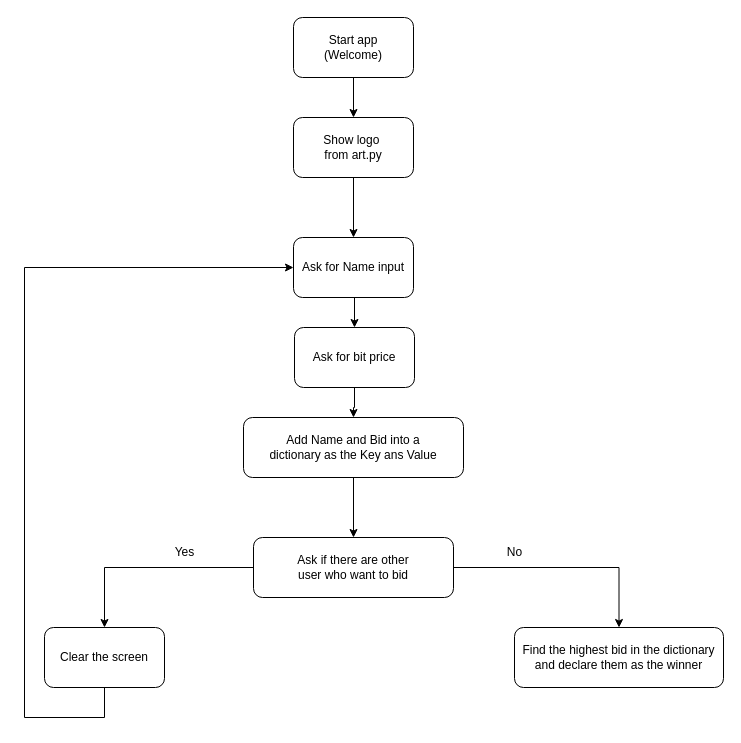
This is Secret_option_program.drawio from emiliomorles/diagrams.net, a draw.io file, before an edit. Source tidied: cells renumbered, new cells numbered last; positions are measured from the earlier drawing's top-left corner, leaving out a move shared by most shapes. Both pictures are drawn from the tidied source at 100%, with x=0, y=0 at pixel (24, 17).
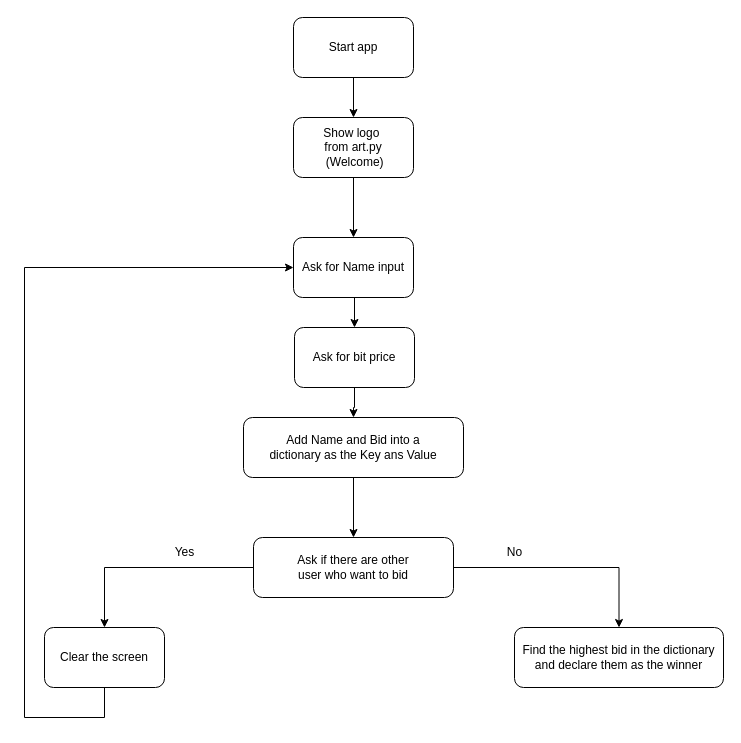
The same diagram, later.

Change to the diagram source:
```diff
@@
-    <mxCell id="3" value="&lt;div&gt;Start app&lt;/div&gt;(Welcome)" style="rounded=1;whiteSpace=wrap;html=1;" parent="1" vertex="1">
+    <mxCell id="3" value="&lt;div&gt;Start app&lt;/div&gt;" style="rounded=1;whiteSpace=wrap;html=1;" parent="1" vertex="1">
       <mxGeometry x="269" width="120" height="60" as="geometry" />
     </mxCell>
@@
-    <mxCell id="5" value="&lt;div&gt;Show logo&amp;nbsp;&lt;/div&gt;&lt;div&gt;from art.py&lt;br&gt;&lt;/div&gt;" style="whiteSpace=wrap;html=1;rounded=1;" parent="1" vertex="1">
+    <mxCell id="5" value="&lt;div&gt;Show logo&amp;nbsp;&lt;/div&gt;&lt;div&gt;from art.py&lt;br&gt;&lt;/div&gt;&amp;nbsp;(Welcome)" style="whiteSpace=wrap;html=1;rounded=1;" parent="1" vertex="1">
       <mxGeometry x="269" y="100" width="120" height="60" as="geometry" />
     </mxCell>
```
